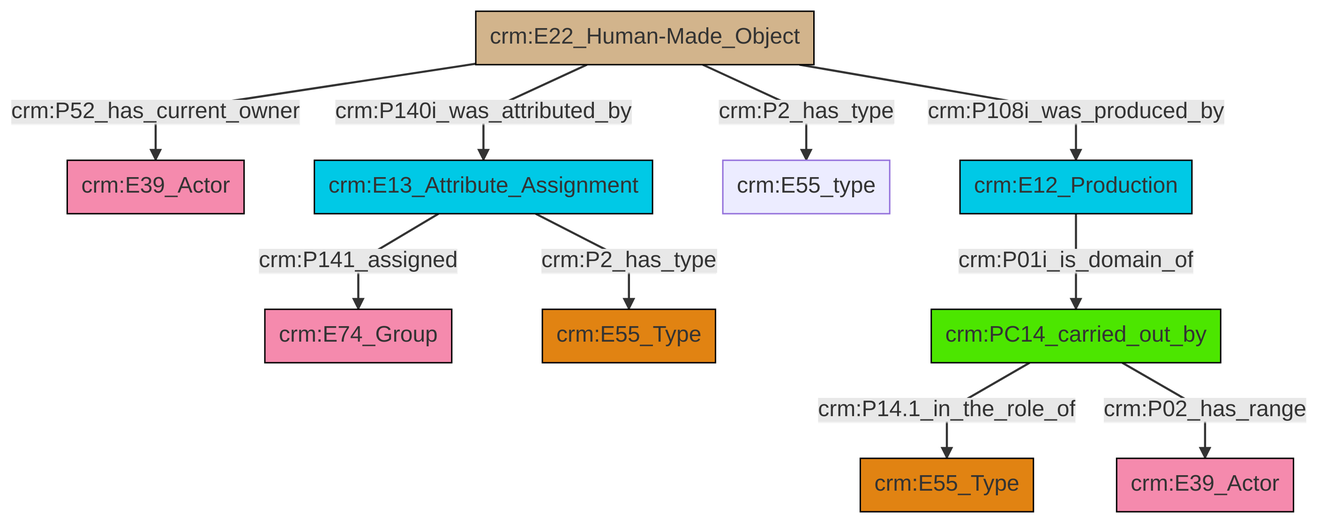
Above: et/builtWorkCSV/ttl/mmd/png/Built_Work_actor_relations.png in swiss-art-research-net/reference-data-models (Mermaid), before the change. Its source is kept beside it as et/builtWorkCSV/ttl/mmd/Built_Work_actor_relations.ttl.mmd.
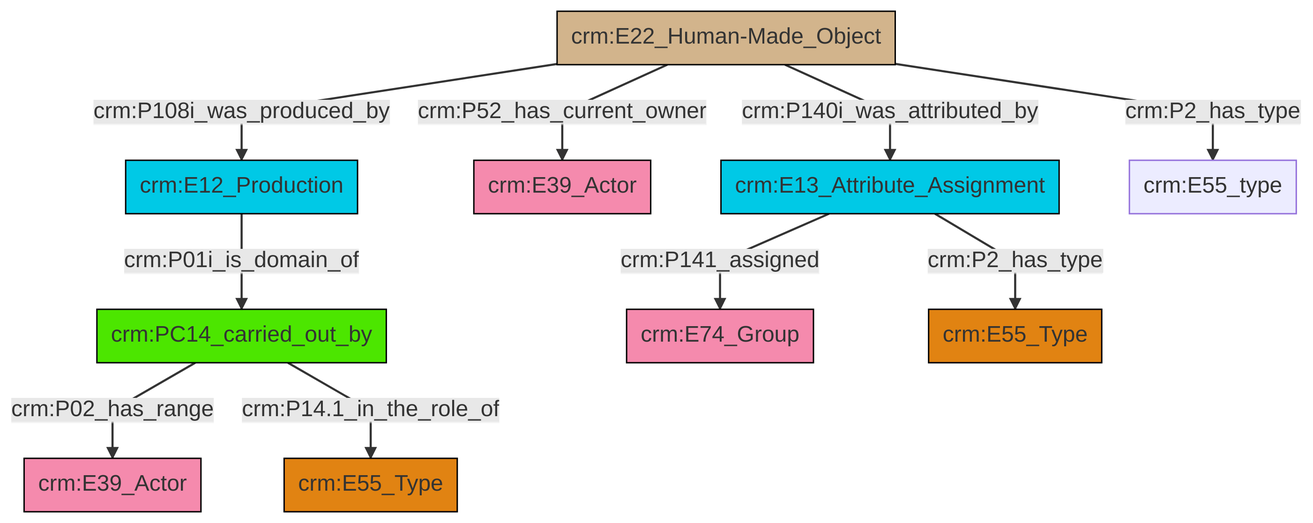
After the change.

What changed in the source:
```diff
@@ -13,12 +13,12 @@
 classDef PC_Classes fill:#4ce600, stroke:#000000;
 classDef Multi fill:#cccccc,stroke:#000000;
 
-6["crm:E22_Human-Made_Object"]:::Physical_Thing -->|crm:P52_has_current_owner| 4["crm:E39_Actor"]:::Actor
-7["crm:E13_Attribute_Assignment"]:::Temporal_Entity -->|crm:P141_assigned| 0["crm:E74_Group"]:::Actor
-7["crm:E13_Attribute_Assignment"]:::Temporal_Entity -->|crm:P2_has_type| 8["crm:E55_Type"]:::Type
-2["crm:PC14_carried_out_by"]:::PC_Classes -->|crm:P14.1_in_the_role_of| 9["crm:E55_Type"]:::Type
-6["crm:E22_Human-Made_Object"]:::Physical_Thing -->|crm:P140i_was_attributed_by| 7["crm:E13_Attribute_Assignment"]:::Temporal_Entity
-6["crm:E22_Human-Made_Object"]:::Physical_Thing -->|crm:P2_has_type| 13["crm:E55_type"]:::Default
-6["crm:E22_Human-Made_Object"]:::Physical_Thing -->|crm:P108i_was_produced_by| 11["crm:E12_Production"]:::Temporal_Entity
-11["crm:E12_Production"]:::Temporal_Entity -->|crm:P01i_is_domain_of| 2["crm:PC14_carried_out_by"]:::PC_Classes
-2["crm:PC14_carried_out_by"]:::PC_Classes -->|crm:P02_has_range| 16["crm:E39_Actor"]:::Actor
+2["crm:E22_Human-Made_Object"]:::Physical_Thing -->|crm:P140i_was_attributed_by| 3["crm:E13_Attribute_Assignment"]:::Temporal_Entity
+2["crm:E22_Human-Made_Object"]:::Physical_Thing -->|crm:P52_has_current_owner| 4["crm:E39_Actor"]:::Actor
+3["crm:E13_Attribute_Assignment"]:::Temporal_Entity -->|crm:P141_assigned| 5["crm:E74_Group"]:::Actor
+3["crm:E13_Attribute_Assignment"]:::Temporal_Entity -->|crm:P2_has_type| 6["crm:E55_Type"]:::Type
+0["crm:PC14_carried_out_by"]:::PC_Classes -->|crm:P02_has_range| 8["crm:E39_Actor"]:::Actor
+0["crm:PC14_carried_out_by"]:::PC_Classes -->|crm:P14.1_in_the_role_of| 13["crm:E55_Type"]:::Type
+10["crm:E12_Production"]:::Temporal_Entity -->|crm:P01i_is_domain_of| 0["crm:PC14_carried_out_by"]:::PC_Classes
+2["crm:E22_Human-Made_Object"]:::Physical_Thing -->|crm:P108i_was_produced_by| 10["crm:E12_Production"]:::Temporal_Entity
+2["crm:E22_Human-Made_Object"]:::Physical_Thing -->|crm:P2_has_type| 17["crm:E55_type"]:::Default
```
